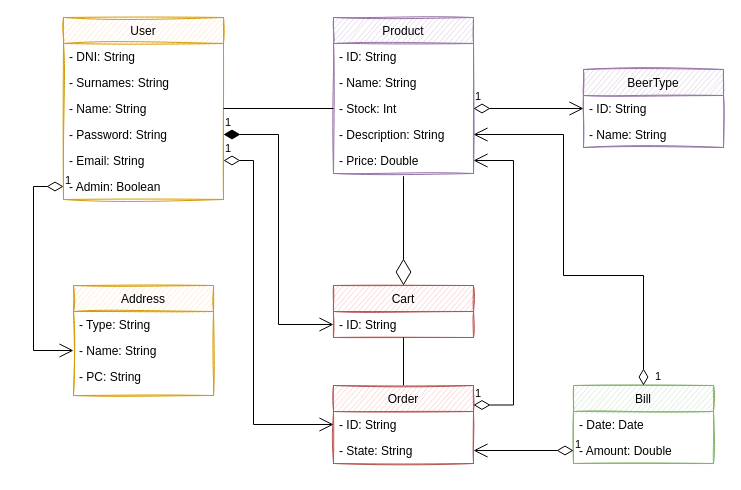
This is _documentacion/diagrama.drawio from JosueGarciaAsensi/DSS, a draw.io file, before an edit. Source tidied: cells renumbered, new cells numbered last; positions are measured from the earlier drawing's top-left corner, leaving out a move shared by most shapes. Both pictures are drawn from the tidied source at 100%, with x=0, y=0 at pixel (33, 17).
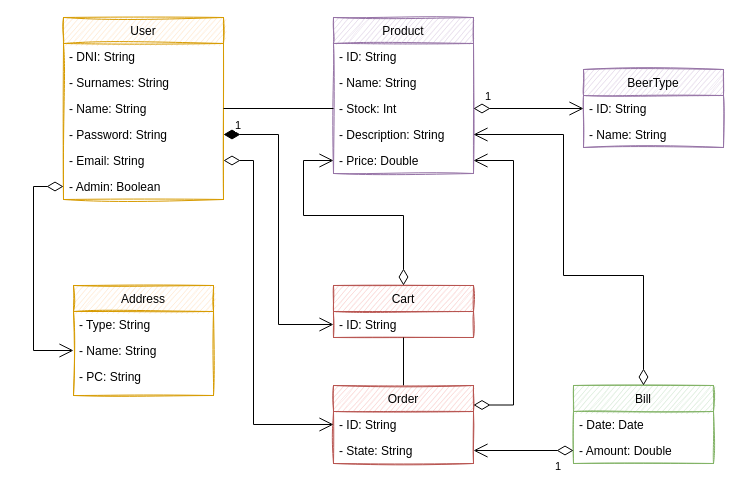
After the change.

Commit message:
David, aprende

Unchanged cells that the change refers to:
```xml
<mxCell id="6" value="- Password: String" style="text;align=left;verticalAlign=top;spacingLeft=4;spacingRight=4;overflow=hidden;points=[[0,0.5],[1,0.5]];portConstraint=eastwest;rounded=0;shadow=0;html=0;" parent="2" vertex="1">
  <mxGeometry y="104" width="160" height="26" as="geometry" />
</mxCell>
<mxCell id="7" value="- Email: String" style="text;align=left;verticalAlign=top;spacingLeft=4;spacingRight=4;overflow=hidden;points=[[0,0.5],[1,0.5]];portConstraint=eastwest;rounded=0;shadow=0;html=0;" parent="2" vertex="1">
  <mxGeometry y="130" width="160" height="26" as="geometry" />
</mxCell>
<mxCell id="8" value="- Admin: Boolean" style="text;align=left;verticalAlign=top;spacingLeft=4;spacingRight=4;overflow=hidden;points=[[0,0.5],[1,0.5]];portConstraint=eastwest;rounded=0;shadow=0;html=0;" parent="2" vertex="1">
  <mxGeometry y="156" width="160" height="26" as="geometry" />
</mxCell>
<mxCell id="11" value="- Name: String" style="text;strokeColor=none;fillColor=none;align=left;verticalAlign=top;spacingLeft=4;spacingRight=4;overflow=hidden;points=[[0,0.5],[1,0.5]];portConstraint=eastwest;" parent="9" vertex="1">
  <mxGeometry y="52" width="140" height="26" as="geometry" />
</mxCell>
<mxCell id="16" value="- Stock: Int" style="text;strokeColor=none;fillColor=none;align=left;verticalAlign=top;spacingLeft=4;spacingRight=4;overflow=hidden;points=[[0,0.5],[1,0.5]];portConstraint=eastwest;" parent="13" vertex="1">
  <mxGeometry y="78" width="140" height="26" as="geometry" />
</mxCell>
<mxCell id="17" value="- Description: String" style="text;strokeColor=none;fillColor=none;align=left;verticalAlign=top;spacingLeft=4;spacingRight=4;overflow=hidden;points=[[0,0.5],[1,0.5]];portConstraint=eastwest;" parent="13" vertex="1">
  <mxGeometry y="104" width="140" height="26" as="geometry" />
</mxCell>
<mxCell id="18" value="- Price: Double" style="text;strokeColor=none;fillColor=none;align=left;verticalAlign=top;spacingLeft=4;spacingRight=4;overflow=hidden;points=[[0,0.5],[1,0.5]];portConstraint=eastwest;" parent="13" vertex="1">
  <mxGeometry y="130" width="140" height="26" as="geometry" />
</mxCell>
<mxCell id="20" value="- ID: String" style="text;strokeColor=none;fillColor=none;align=left;verticalAlign=top;spacingLeft=4;spacingRight=4;overflow=hidden;points=[[0,0.5],[1,0.5]];portConstraint=eastwest;" parent="19" vertex="1">
  <mxGeometry y="26" width="140" height="26" as="geometry" />
</mxCell>
<mxCell id="22" value="Cart" style="swimlane;fontStyle=0;horizontal=1;startSize=26;fillColor=#f8cecc;strokeColor=#b85450;sketch=1;" parent="1" vertex="1">
  <mxGeometry x="300" y="268" width="140" height="52" as="geometry" />
</mxCell>
<mxCell id="23" value="- ID: String" style="text;strokeColor=none;fillColor=none;align=left;verticalAlign=top;spacingLeft=4;spacingRight=4;overflow=hidden;points=[[0,0.5],[1,0.5]];portConstraint=eastwest;" parent="22" vertex="1">
  <mxGeometry y="26" width="140" height="26" as="geometry" />
</mxCell>
<mxCell id="25" value="Order" style="swimlane;fontStyle=0;horizontal=1;startSize=26;fillColor=#f8cecc;strokeColor=#b85450;sketch=1;" parent="1" vertex="1">
  <mxGeometry x="300" y="368" width="140" height="78" as="geometry" />
</mxCell>
<mxCell id="26" value="- ID: String" style="text;strokeColor=none;fillColor=none;align=left;verticalAlign=top;spacingLeft=4;spacingRight=4;overflow=hidden;points=[[0,0.5],[1,0.5]];portConstraint=eastwest;" parent="25" vertex="1">
  <mxGeometry y="26" width="140" height="26" as="geometry" />
</mxCell>
<mxCell id="27" value="- State: String" style="text;strokeColor=none;fillColor=none;align=left;verticalAlign=top;spacingLeft=4;spacingRight=4;overflow=hidden;points=[[0,0.5],[1,0.5]];portConstraint=eastwest;" parent="25" vertex="1">
  <mxGeometry y="52" width="140" height="26" as="geometry" />
</mxCell>
<mxCell id="28" value="Bill" style="swimlane;fontStyle=0;horizontal=1;startSize=26;fillColor=#d5e8d4;strokeColor=#82b366;sketch=1;" parent="1" vertex="1">
  <mxGeometry x="540" y="368" width="140" height="78" as="geometry" />
</mxCell>
<mxCell id="30" value="- Amount: Double" style="text;strokeColor=none;fillColor=none;align=left;verticalAlign=top;spacingLeft=4;spacingRight=4;overflow=hidden;points=[[0,0.5],[1,0.5]];portConstraint=eastwest;" parent="28" vertex="1">
  <mxGeometry y="52" width="140" height="26" as="geometry" />
</mxCell>
```

Change to the diagram source:
```diff
@@
-    <mxCell id="32" value="1" style="endArrow=open;html=1;endSize=12;startArrow=diamondThin;startSize=14;startFill=0;edgeStyle=orthogonalEdgeStyle;align=left;verticalAlign=bottom;rounded=0;exitX=1;exitY=0.25;exitDx=0;exitDy=0;entryX=1;entryY=0.5;entryDx=0;entryDy=0;" parent="1" edge="1" source="25" target="18">
-      <mxGeometry x="-1" y="3" relative="1" as="geometry">
+    <mxCell id="32" style="endArrow=open;html=1;endSize=12;startArrow=diamondThin;startSize=14;startFill=0;edgeStyle=orthogonalEdgeStyle;align=left;verticalAlign=bottom;rounded=0;exitX=1;exitY=0.25;exitDx=0;exitDy=0;entryX=1;entryY=0.5;entryDx=0;entryDy=0;" parent="1" edge="1" source="25" target="18">
+      <mxGeometry x="-0.94" y="30" relative="1" as="geometry">
         <Array as="points">
           <mxPoint x="480" y="388" />
           <mxPoint x="480" y="143" />
         </Array>
+        <mxPoint y="1" as="offset" />
       </mxGeometry>
     </mxCell>
     <mxCell id="33" value="1" style="endArrow=open;html=1;endSize=12;startArrow=diamondThin;startSize=14;startFill=1;edgeStyle=orthogonalEdgeStyle;align=left;verticalAlign=bottom;rounded=0;exitX=1;exitY=0.5;exitDx=0;exitDy=0;" parent="1" edge="1" source="6" target="23">
-      <mxGeometry x="-1" y="3" relative="1" as="geometry" />
+      <mxGeometry x="-0.93" relative="1" as="geometry" />
     </mxCell>
     <mxCell id="34" value="1" style="endArrow=open;html=1;endSize=12;startArrow=diamondThin;startSize=14;startFill=0;edgeStyle=orthogonalEdgeStyle;align=left;verticalAlign=bottom;rounded=0;exitX=0;exitY=0.5;exitDx=0;exitDy=0;entryX=1;entryY=0.5;entryDx=0;entryDy=0;" parent="1" edge="1" source="30" target="27">
-      <mxGeometry x="-1" y="3" relative="1" as="geometry" />
+      <mxGeometry x="-0.6" y="25" relative="1" as="geometry" />
     </mxCell>
     <mxCell id="35" value="1" style="endArrow=open;html=1;endSize=12;startArrow=diamondThin;startSize=14;startFill=0;edgeStyle=orthogonalEdgeStyle;align=left;verticalAlign=bottom;rounded=0;exitX=1;exitY=0.5;exitDx=0;exitDy=0;entryX=0;entryY=0.5;entryDx=0;entryDy=0;" parent="1" edge="1" source="16" target="20">
-      <mxGeometry x="-1" y="3" relative="1" as="geometry" />
+      <mxGeometry x="-0.82" y="3" relative="1" as="geometry" />
     </mxCell>
-    <mxCell id="36" value="1" style="endArrow=open;html=1;endSize=12;startArrow=diamondThin;startSize=14;startFill=0;edgeStyle=orthogonalEdgeStyle;align=left;verticalAlign=bottom;rounded=0;exitX=1;exitY=0.5;exitDx=0;exitDy=0;entryX=0;entryY=0.5;entryDx=0;entryDy=0;" parent="1" edge="1" source="7" target="26">
-      <mxGeometry x="-1" y="3" relative="1" as="geometry">
+    <mxCell id="36" style="endArrow=open;html=1;endSize=12;startArrow=diamondThin;startSize=14;startFill=0;edgeStyle=orthogonalEdgeStyle;align=left;verticalAlign=bottom;rounded=0;exitX=1;exitY=0.5;exitDx=0;exitDy=0;entryX=0;entryY=0.5;entryDx=0;entryDy=0;" parent="1" edge="1" source="7" target="26">
+      <mxGeometry x="-0.71" y="-20" relative="1" as="geometry">
         <Array as="points">
           <mxPoint x="220" y="143" />
           <mxPoint x="220" y="407" />
         </Array>
       </mxGeometry>
     </mxCell>
-    <mxCell id="37" value="1" style="endArrow=open;html=1;endSize=12;startArrow=diamondThin;startSize=14;startFill=0;edgeStyle=orthogonalEdgeStyle;align=left;verticalAlign=bottom;rounded=0;exitX=0;exitY=0.5;exitDx=0;exitDy=0;entryX=0;entryY=0.5;entryDx=0;entryDy=0;" parent="1" edge="1" source="8" target="11">
-      <mxGeometry x="-1" y="3" relative="1" as="geometry">
+    <mxCell id="37" style="endArrow=open;html=1;endSize=12;startArrow=diamondThin;startSize=14;startFill=0;edgeStyle=orthogonalEdgeStyle;align=left;verticalAlign=bottom;rounded=0;exitX=0;exitY=0.5;exitDx=0;exitDy=0;entryX=0;entryY=0.5;entryDx=0;entryDy=0;" parent="1" edge="1" source="8" target="11">
+      <mxGeometry x="-0.74" y="-10" relative="1" as="geometry">
         <Array as="points">
           <mxPoint y="169" />
           <mxPoint y="333" />
         </Array>
       </mxGeometry>
     </mxCell>
-    <mxCell id="38" value="1" style="endArrow=open;html=1;endSize=12;startArrow=diamondThin;startSize=14;startFill=0;edgeStyle=orthogonalEdgeStyle;align=left;verticalAlign=bottom;rounded=0;exitX=0.5;exitY=0;exitDx=0;exitDy=0;entryX=1;entryY=0.5;entryDx=0;entryDy=0;" parent="1" edge="1" source="28" target="17">
+    <mxCell id="38" style="endArrow=open;html=1;endSize=12;startArrow=diamondThin;startSize=14;startFill=0;edgeStyle=orthogonalEdgeStyle;align=left;verticalAlign=bottom;rounded=0;exitX=0.5;exitY=0;exitDx=0;exitDy=0;entryX=1;entryY=0.5;entryDx=0;entryDy=0;" parent="1" edge="1" source="28" target="17">
       <mxGeometry x="-1" y="-10" relative="1" as="geometry">
         <Array as="points">
           <mxPoint x="610" y="258" />
           <mxPoint x="530" y="258" />
           <mxPoint x="530" y="117" />
         </Array>
       </mxGeometry>
     </mxCell>
-    <mxCell id="39" style="endArrow=diamondThin;endFill=0;endSize=24;html=1;rounded=0;entryX=0.5;entryY=0;entryDx=0;entryDy=0;exitX=0.5;exitY=1.103;exitDx=0;exitDy=0;exitPerimeter=0;" parent="1" edge="1" source="18" target="22">
-      <mxGeometry relative="1" as="geometry" />
-    </mxCell>
+    <mxCell id="40" style="endArrow=open;html=1;endSize=12;startArrow=diamondThin;startSize=14;startFill=0;edgeStyle=orthogonalEdgeStyle;align=left;verticalAlign=bottom;rounded=0;exitX=0.5;exitY=0;exitDx=0;exitDy=0;entryX=0;entryY=0.5;entryDx=0;entryDy=0;" parent="1" edge="1" source="22" target="18">
+      <mxGeometry x="-0.78" y="-20" relative="1" as="geometry">
+        <Array as="points">
+          <mxPoint x="370" y="198" />
+          <mxPoint x="270" y="198" />
+          <mxPoint x="270" y="143" />
+        </Array>
+      </mxGeometry>
+    </mxCell>
```
